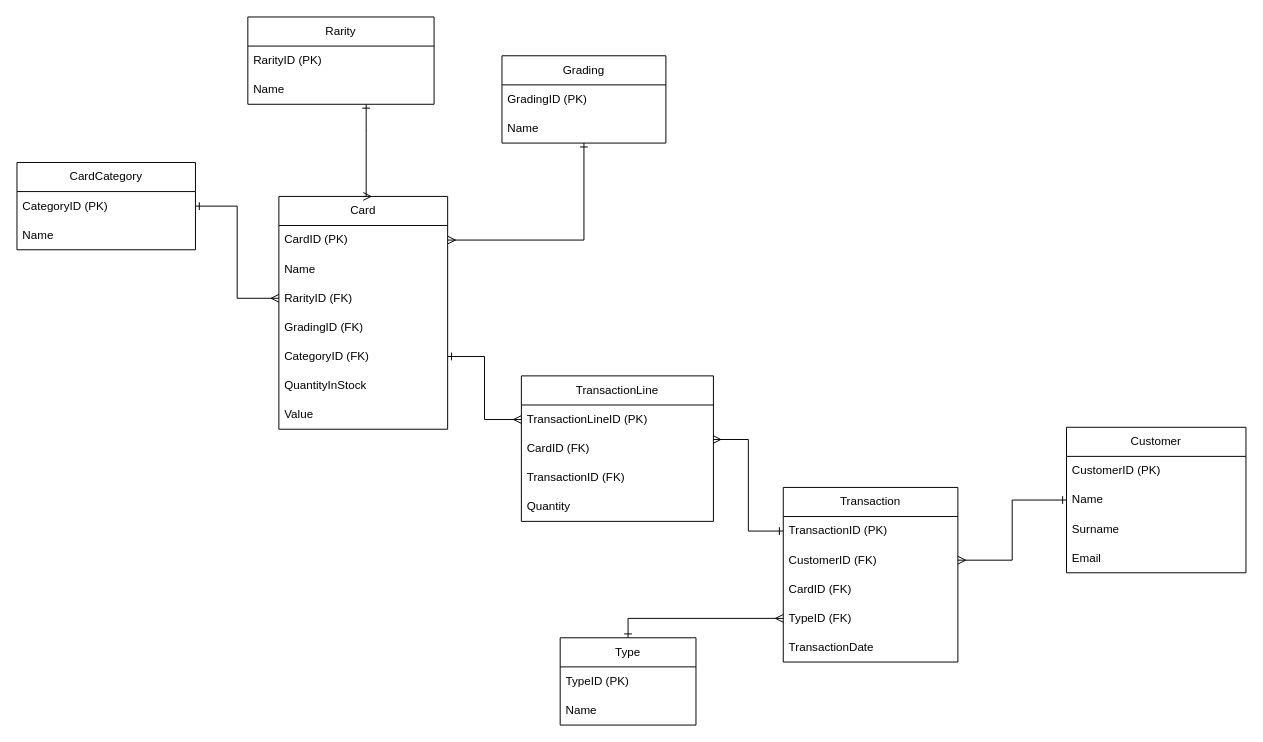
Before: Documentation/LevelUp1PhysicalERD.drawio in bbd-grad-levelups/Fantasy-Trading-Card-Database, a draw.io diagram. Source tidied: cells renumbered, new cells numbered last; positions are measured from the earlier drawing's top-left corner, leaving out a move shared by most shapes. Both pictures are drawn from the tidied source at 97%, with x=0, y=0 at pixel (16, 16).
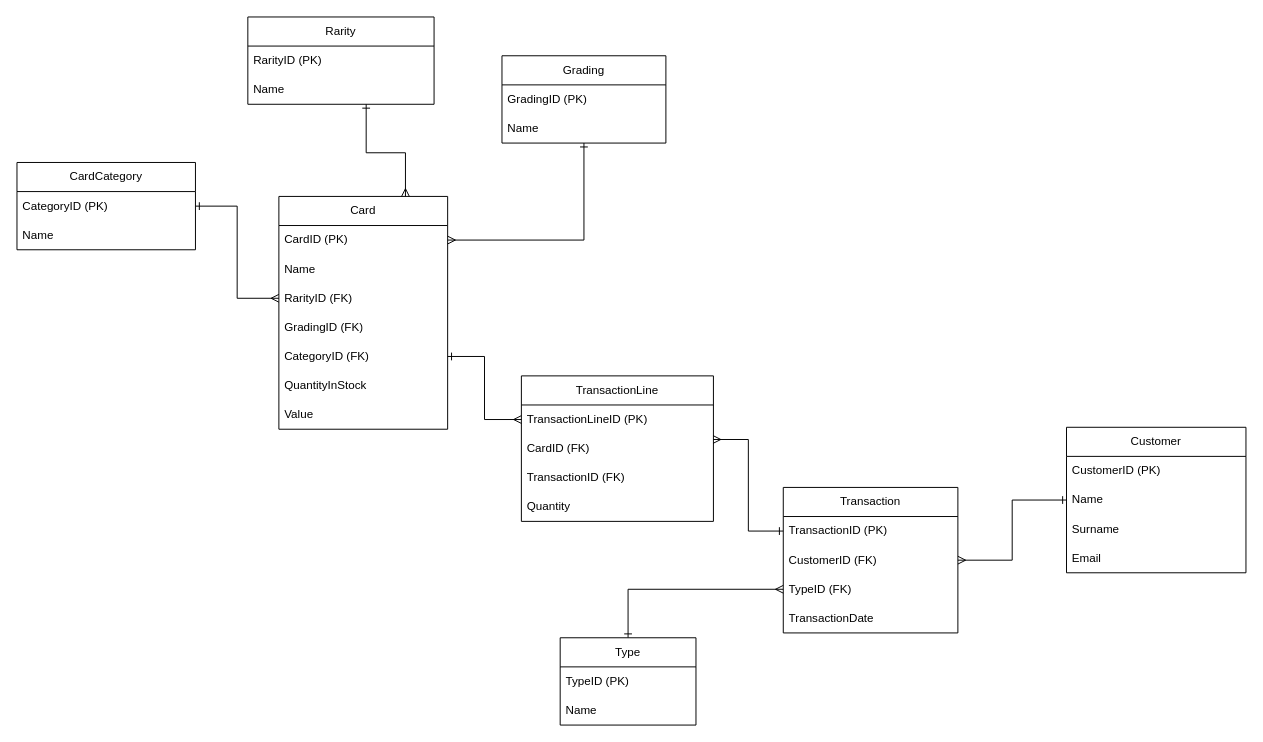
The same page after the edit.

The change refers to these unchanged cells:
```xml
<mxCell id="5" value="Card" style="swimlane;fontStyle=0;horizontal=1;startSize=30;whiteSpace=wrap;html=1;" parent="1" vertex="1">
  <mxGeometry x="270" y="185" width="174" height="240" as="geometry" />
</mxCell>
<mxCell id="25" value="Name" style="text;strokeColor=none;fillColor=none;align=left;verticalAlign=middle;spacingLeft=4;spacingRight=4;overflow=hidden;points=[[0,0.5],[1,0.5]];portConstraint=eastwest;whiteSpace=wrap;html=1;" parent="23" vertex="1">
  <mxGeometry y="60" width="192" height="30" as="geometry" />
</mxCell>
```

What changed in the source:
```diff
@@
     <mxCell id="17" value="Transaction" style="swimlane;fontStyle=0;horizontal=1;startSize=30;whiteSpace=wrap;html=1;" parent="1" vertex="1">
-      <mxGeometry x="790" y="485" width="180" height="180" as="geometry" />
+      <mxGeometry x="790" y="485" width="180" height="150" as="geometry" />
     </mxCell>
@@
-    <mxCell id="20" value="CardID (FK)" style="text;strokeColor=none;fillColor=none;align=left;verticalAlign=middle;spacingLeft=4;spacingRight=4;overflow=hidden;whiteSpace=wrap;html=1;" parent="17" vertex="1">
-      <mxGeometry y="90" width="180" height="30" as="geometry" />
-    </mxCell>
     <mxCell id="21" value="TypeID (FK)" style="text;strokeColor=none;fillColor=none;align=left;verticalAlign=middle;spacingLeft=4;spacingRight=4;overflow=hidden;points=[[0,0.5],[1,0.5]];portConstraint=eastwest;whiteSpace=wrap;html=1;" parent="17" vertex="1">
-      <mxGeometry y="120" width="180" height="30" as="geometry" />
+      <mxGeometry y="90" width="180" height="30" as="geometry" />
     </mxCell>
     <mxCell id="22" value="TransactionDate" style="text;strokeColor=none;fillColor=none;align=left;verticalAlign=middle;spacingLeft=4;spacingRight=4;overflow=hidden;whiteSpace=wrap;html=1;" parent="17" vertex="1">
-      <mxGeometry y="150" width="180" height="30" as="geometry" />
+      <mxGeometry y="120" width="180" height="30" as="geometry" />
     </mxCell>
@@
-    <mxCell id="26" style="edgeStyle=orthogonalEdgeStyle;rounded=0;jettySize=auto;html=1;entryX=0.5;entryY=0;entryDx=0;entryDy=0;endArrow=ERmany;endFill=0;startArrow=ERone;startFill=0;" parent="1" edge="1" source="25" target="5">
+    <mxCell id="26" style="edgeStyle=orthogonalEdgeStyle;rounded=0;jettySize=auto;html=1;entryX=0.75;entryY=0;entryDx=0;entryDy=0;endArrow=ERmany;endFill=0;startArrow=ERone;startFill=0;" parent="1" edge="1" source="25" target="5">
       <mxGeometry relative="1" as="geometry">
         <Array as="points">
-          <mxPoint x="360" y="120" />
-          <mxPoint x="360" y="120" />
+          <mxPoint x="360" y="140" />
+          <mxPoint x="401" y="140" />
         </Array>
       </mxGeometry>
     </mxCell>
```
